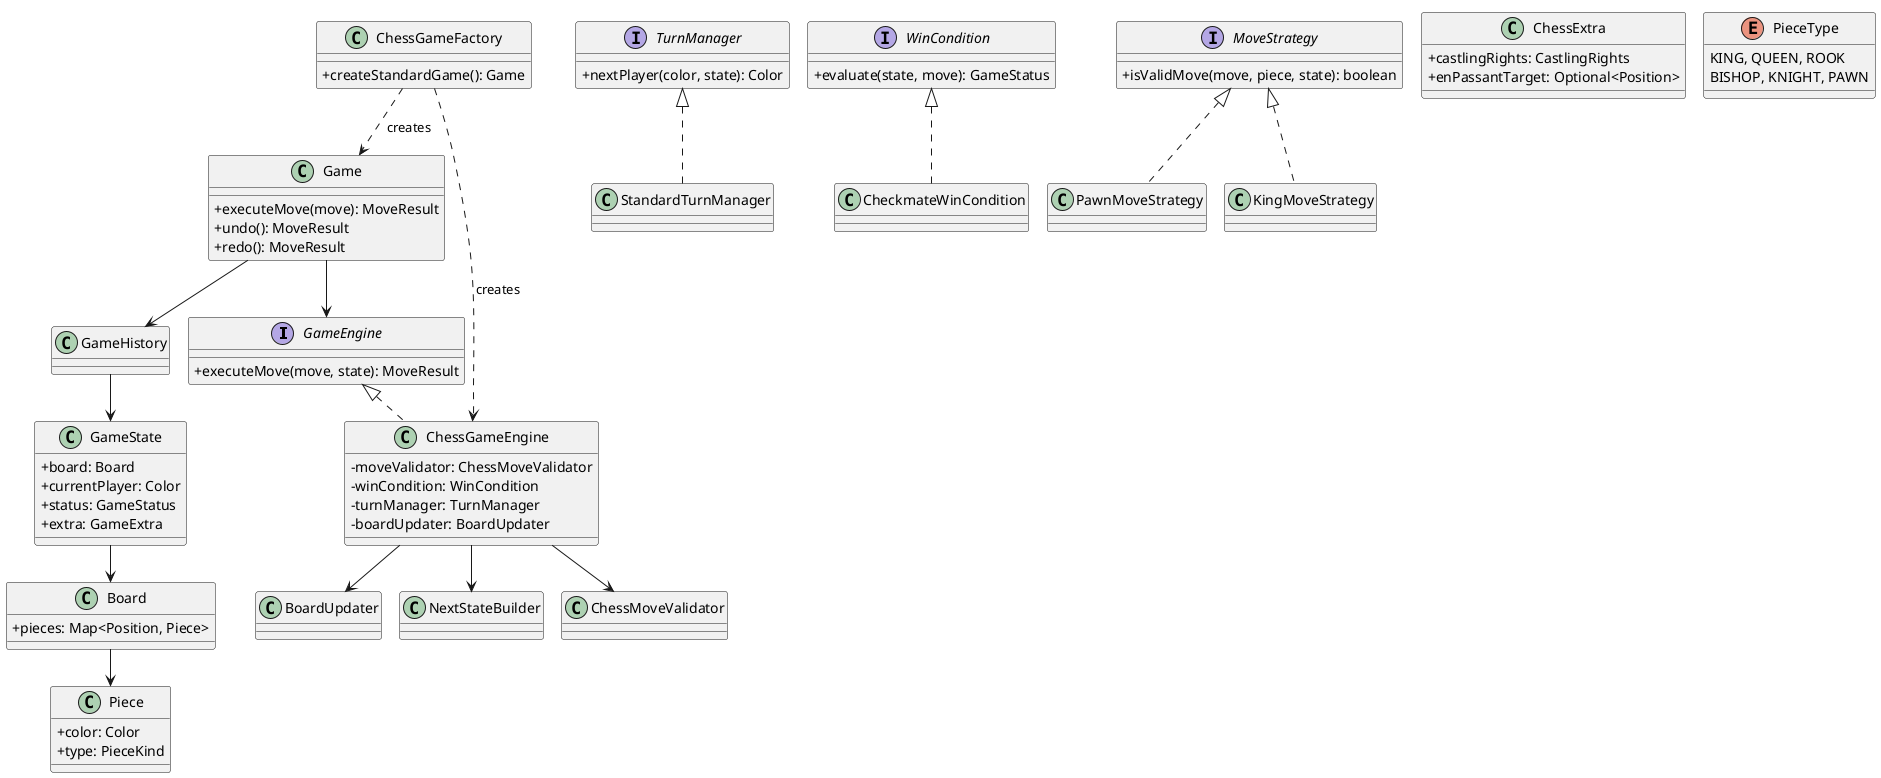
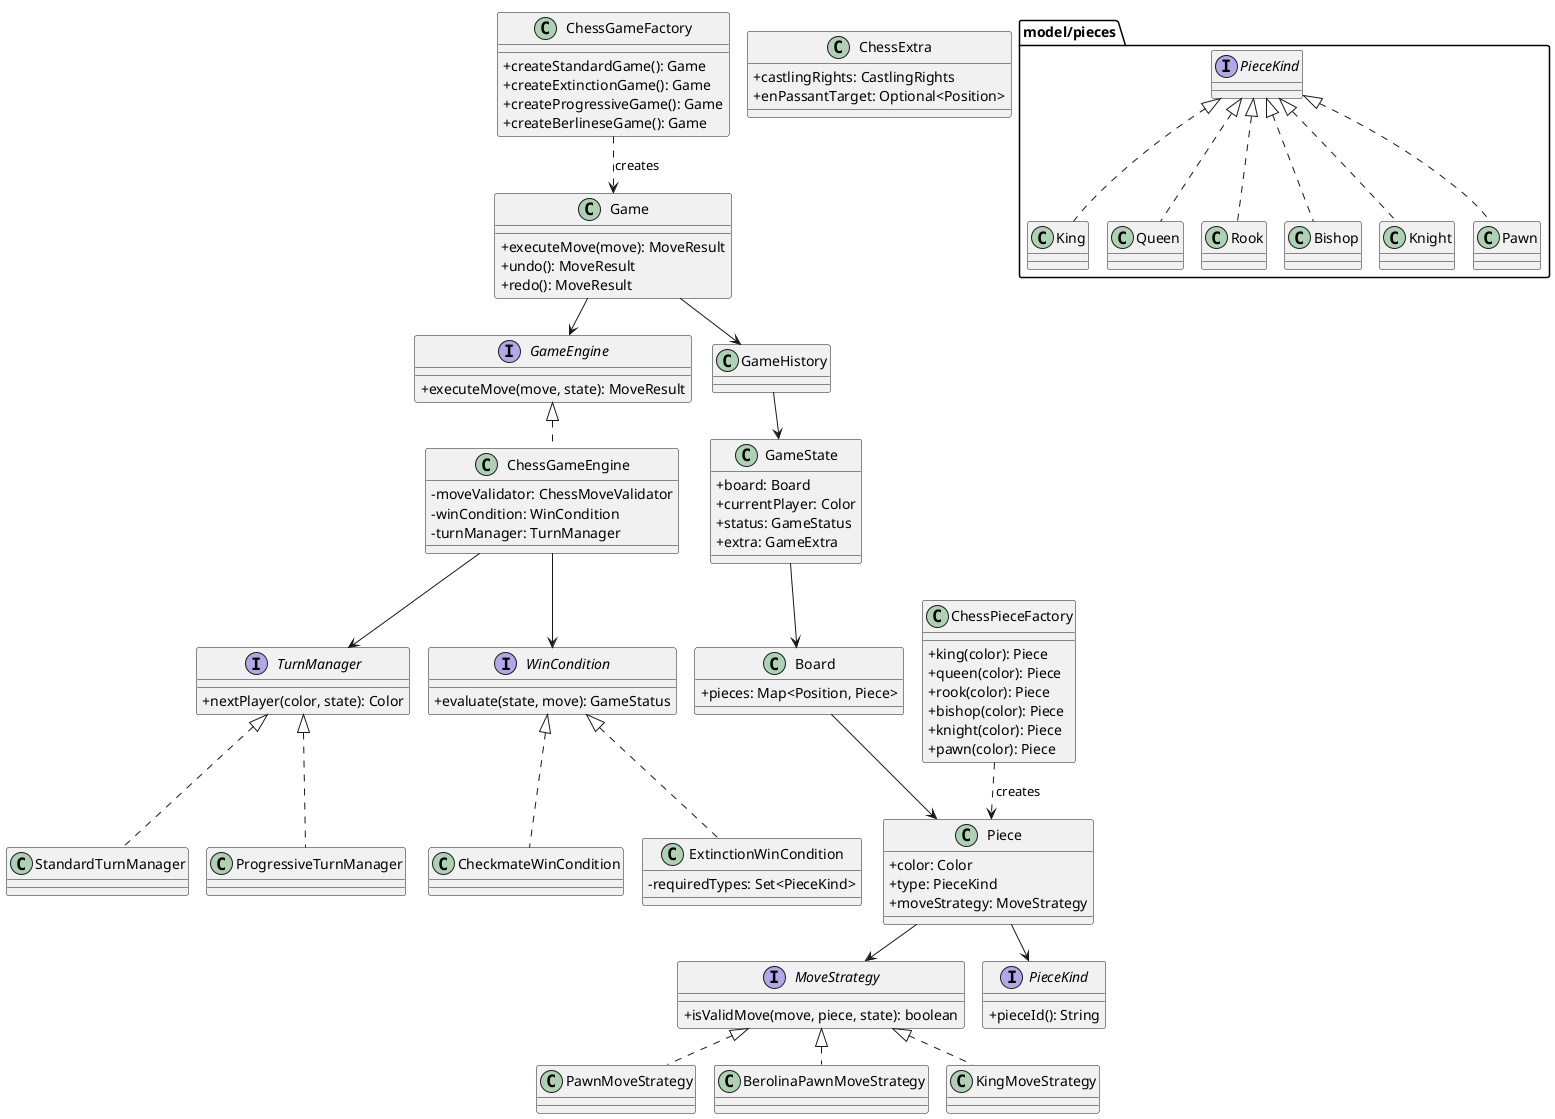
@startuml chess-class-diagram
!pragma layout smetana
skinparam classAttributeIconSize 0

interface GameEngine {
  +executeMove(move, state): MoveResult
}
interface TurnManager {
  +nextPlayer(color, state): Color
}
interface WinCondition {
  +evaluate(state, move): GameStatus
}
interface MoveStrategy {
  +isValidMove(move, piece, state): boolean
+ }
+ interface PieceKind {
+   +pieceId(): String
}

class Game {
  +executeMove(move): MoveResult
  +undo(): MoveResult
  +redo(): MoveResult
}
class GameHistory
class GameState {
  +board: Board
  +currentPlayer: Color
  +status: GameStatus
  +extra: GameExtra
}
class Board {
  +pieces: Map<Position, Piece>
}
class Piece {
  +color: Color
  +type: PieceKind
+   +moveStrategy: MoveStrategy
}

+ package "model/pieces" {
+   class King implements PieceKind
+   class Queen implements PieceKind
+   class Rook implements PieceKind
+   class Bishop implements PieceKind
+   class Knight implements PieceKind
+   class Pawn implements PieceKind
+ }
+ 
+ class ChessExtra {
+   +castlingRights: CastlingRights
+   +enPassantTarget: Optional<Position>
+ }
+ class ChessPieceFactory {
+   +king(color): Piece
+   +queen(color): Piece
+   +rook(color): Piece
+   +bishop(color): Piece
+   +knight(color): Piece
+   +pawn(color): Piece
+ }
+ class CheckmateWinCondition implements WinCondition
+ class ExtinctionWinCondition implements WinCondition {
+   -requiredTypes: Set<PieceKind>
+ }
+ class StandardTurnManager implements TurnManager
+ class ProgressiveTurnManager implements TurnManager
+ class PawnMoveStrategy implements MoveStrategy
+ class BerolinaPawnMoveStrategy implements MoveStrategy
+ class KingMoveStrategy implements MoveStrategy
class ChessGameEngine implements GameEngine {
  -moveValidator: ChessMoveValidator
  -winCondition: WinCondition
  -turnManager: TurnManager
-   -boardUpdater: BoardUpdater
}
- class ChessExtra {
-   +castlingRights: CastlingRights
-   +enPassantTarget: Optional<Position>
- }
- enum PieceType {
-   KING, QUEEN, ROOK
-   BISHOP, KNIGHT, PAWN
- }
- class ChessMoveValidator
- class CheckmateWinCondition implements WinCondition
- class StandardTurnManager implements TurnManager
- class PawnMoveStrategy implements MoveStrategy
- class KingMoveStrategy implements MoveStrategy
- class BoardUpdater
- class NextStateBuilder
class ChessGameFactory {
  +createStandardGame(): Game
+   +createExtinctionGame(): Game
+   +createProgressiveGame(): Game
+   +createBerlineseGame(): Game
}

Game --> GameEngine
Game --> GameHistory
GameHistory --> GameState
GameState --> Board
Board --> Piece
- ChessGameEngine --> ChessMoveValidator
- ChessGameEngine --> BoardUpdater
- ChessGameEngine --> NextStateBuilder
+ Piece --> PieceKind
+ Piece --> MoveStrategy
+ ChessGameEngine --> TurnManager
+ ChessGameEngine --> WinCondition
ChessGameFactory ..> Game : creates
- ChessGameFactory ..> ChessGameEngine : creates
+ ChessPieceFactory ..> Piece : creates

@enduml